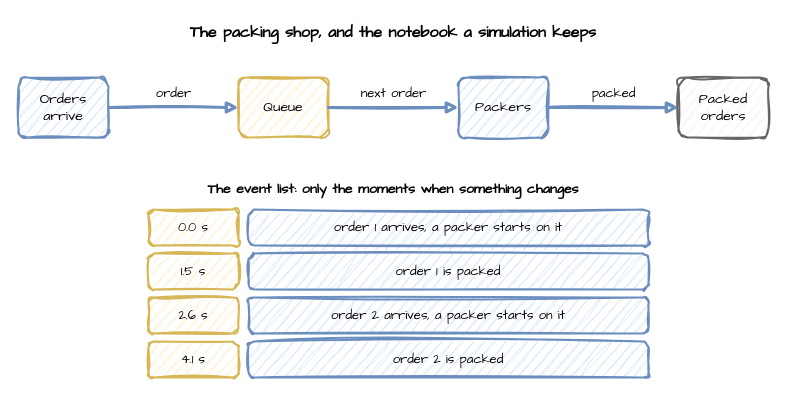
Earlier version of the draw.io diagram docs/assets/diagrams/packing-shop.drawio (jaehyeon-kim/desflow). Source tidied: cells renumbered, new cells numbered last; positions are measured from the earlier drawing's top-left corner, leaving out a move shared by most shapes. Both pictures are drawn from the tidied source at 100%, with x=0, y=0 at pixel (18, 17).
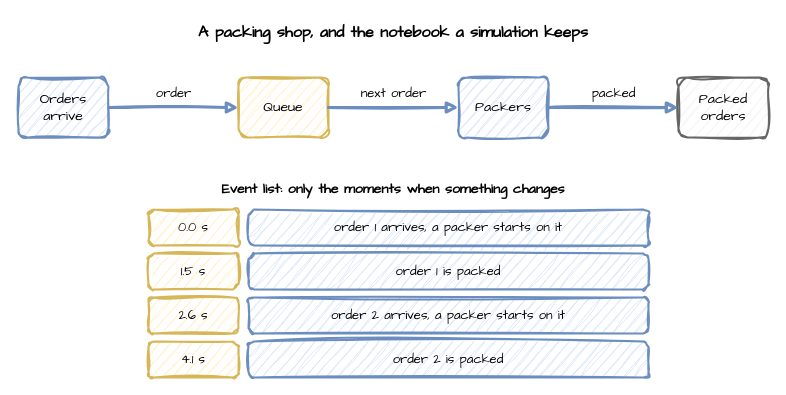
The same page after the edit.

The edit, as a diff of the source:
```diff
@@
-    <mxCell id="2" value="The packing shop, and the notebook a simulation keeps" style="text;html=1;align=center;verticalAlign=middle;whiteSpace=wrap;sketch=1;curveFitting=1;jiggle=2;fontFamily=Comic Sans MS;fontSize=16;fontStyle=1;" parent="1" vertex="1">
+    <mxCell id="2" value="A packing shop, and the notebook a simulation keeps" style="text;html=1;align=center;verticalAlign=middle;whiteSpace=wrap;sketch=1;curveFitting=1;jiggle=2;fontFamily=Comic Sans MS;fontSize=16;fontStyle=1;" parent="1" vertex="1">
       <mxGeometry width="750" height="30" as="geometry" />
     </mxCell>
@@
-    <mxCell id="10" value="The event list: only the moments when something changes" style="text;html=1;align=center;verticalAlign=middle;whiteSpace=wrap;sketch=1;curveFitting=1;jiggle=2;fontFamily=Comic Sans MS;fontSize=14;fontStyle=1;" parent="1" vertex="1">
+    <mxCell id="10" value="Event list: only the moments when something changes" style="text;html=1;align=center;verticalAlign=middle;whiteSpace=wrap;sketch=1;curveFitting=1;jiggle=2;fontFamily=Comic Sans MS;fontSize=14;fontStyle=1;" parent="1" vertex="1">
       <mxGeometry y="160" width="750" height="24" as="geometry" />
     </mxCell>
```
